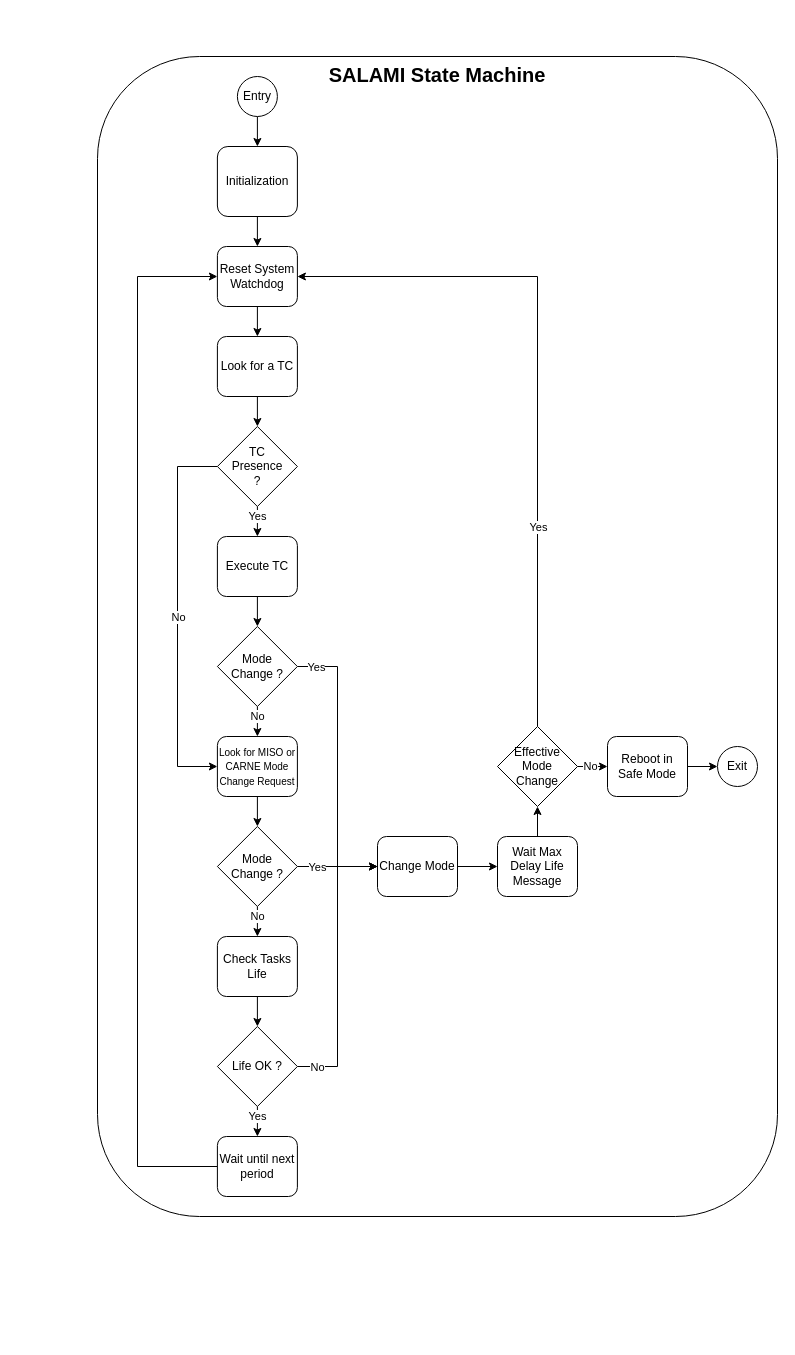
This is doc/images/SALAMI_State_Machine.drawio from TOLOSAT/flight-software, a draw.io file, before an edit. Source tidied: cells renumbered, new cells numbered last; positions are measured from the earlier drawing's top-left corner, leaving out a move shared by most shapes. Both pictures are drawn from the tidied source at 100%, with x=0, y=0 at pixel (97, 56).
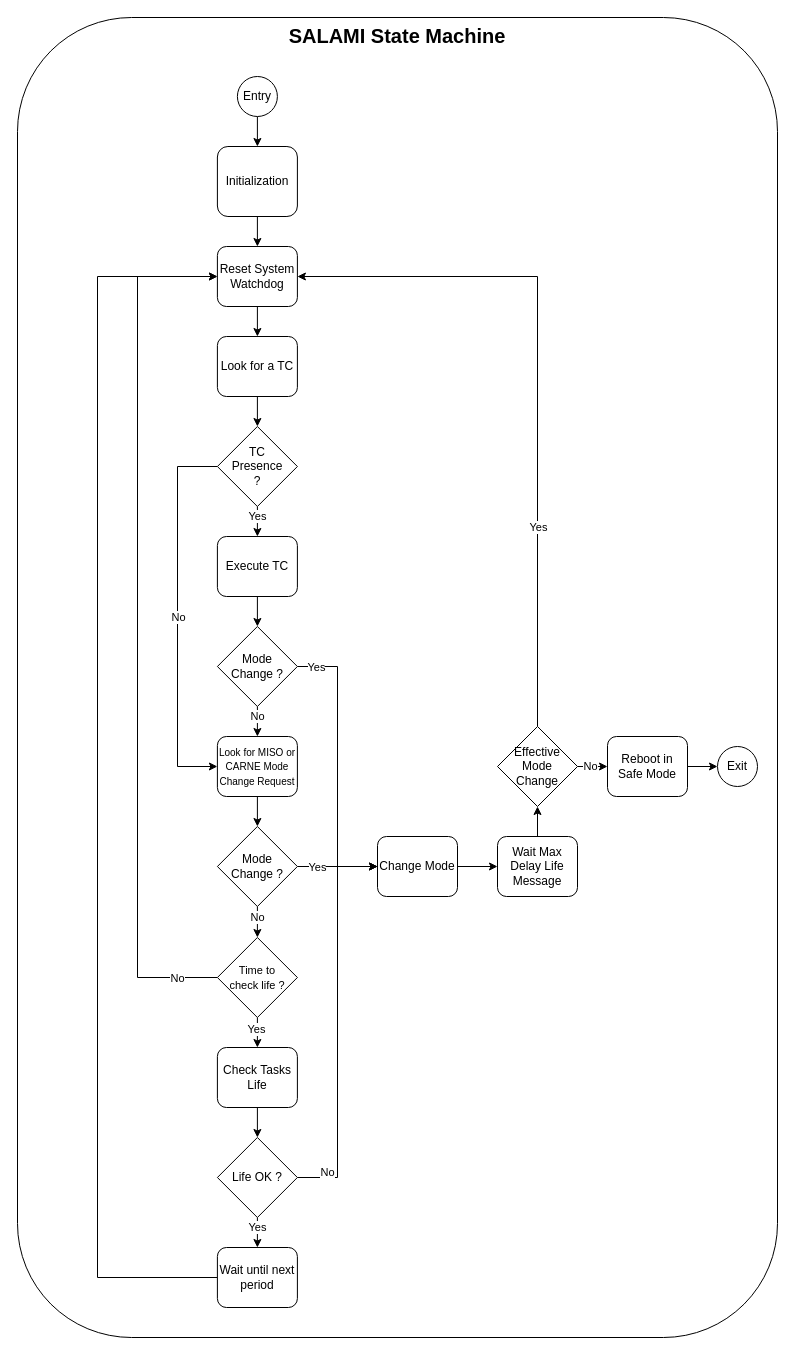
The same diagram, later.

Commit message (it also covers changes not shown here):
Add MISO specifications & adding few specs to SALAMI

The change refers to these unchanged cells:
```xml
<mxCell id="20" value="Reset System Watchdog" style="rounded=1;whiteSpace=wrap;html=1;" parent="1" vertex="1">
  <mxGeometry x="119.9" y="190" width="80" height="60" as="geometry" />
</mxCell>
<mxCell id="36" value="Mode &lt;br&gt;Change ?" style="rhombus;whiteSpace=wrap;html=1;" parent="1" vertex="1">
  <mxGeometry x="119.9" y="770" width="80" height="80" as="geometry" />
</mxCell>
```

The edit, as a diff of the source:
```diff
@@
     <mxCell id="2" value="&lt;font style=&quot;font-size: 20px;&quot;&gt;&lt;b&gt;SALAMI State Machine&lt;/b&gt;&lt;/font&gt;" style="rounded=1;whiteSpace=wrap;html=1;verticalAlign=top;" parent="1" vertex="1">
-      <mxGeometry width="680" height="1160" as="geometry" />
+      <mxGeometry x="-80" y="-39" width="760" height="1320" as="geometry" />
     </mxCell>
@@
-    <mxCell id="33" value="No" style="edgeStyle=orthogonalEdgeStyle;rounded=0;jettySize=auto;html=1;exitX=0.5;exitY=1;exitDx=0;exitDy=0;entryX=0.5;entryY=0;entryDx=0;entryDy=0;" parent="1" edge="1" source="36" target="38">
-      <mxGeometry x="-0.33" relative="1" as="geometry" />
+    <mxCell id="33" value="No" style="edgeStyle=orthogonalEdgeStyle;rounded=0;jettySize=auto;html=1;exitX=0.5;exitY=1;exitDx=0;exitDy=0;entryX=0.5;entryY=0;entryDx=0;entryDy=0;" parent="1" edge="1" source="36" target="51">
+      <mxGeometry x="-0.29" relative="1" as="geometry" />
     </mxCell>
@@
     <mxCell id="38" value="Check Tasks Life" style="rounded=1;whiteSpace=wrap;html=1;" parent="1" vertex="1">
-      <mxGeometry x="119.9" y="880" width="80" height="60" as="geometry" />
+      <mxGeometry x="119.9" y="991" width="80" height="60" as="geometry" />
     </mxCell>
@@
     <mxCell id="42" value="Life OK ?" style="rhombus;whiteSpace=wrap;html=1;" parent="1" vertex="1">
-      <mxGeometry x="119.9" y="970" width="80" height="80" as="geometry" />
+      <mxGeometry x="119.9" y="1081" width="80" height="80" as="geometry" />
     </mxCell>
     <mxCell id="43" style="edgeStyle=orthogonalEdgeStyle;rounded=0;jettySize=auto;html=1;exitX=0;exitY=0.5;exitDx=0;exitDy=0;entryX=0;entryY=0.5;entryDx=0;entryDy=0;" parent="1" edge="1" source="44" target="20">
       <mxGeometry relative="1" as="geometry">
         <Array as="points">
-          <mxPoint x="40" y="1110" />
-          <mxPoint x="40" y="220" />
+          <mxPoint y="1221" />
+          <mxPoint y="220" />
         </Array>
       </mxGeometry>
     </mxCell>
     <mxCell id="44" value="Wait until next period" style="rounded=1;whiteSpace=wrap;html=1;" parent="1" vertex="1">
-      <mxGeometry x="119.9" y="1080" width="80" height="60" as="geometry" />
+      <mxGeometry x="119.9" y="1191" width="80" height="60" as="geometry" />
     </mxCell>
@@
+    <mxCell id="47" style="edgeStyle=orthogonalEdgeStyle;rounded=0;jettySize=auto;html=1;exitX=0.5;exitY=1;exitDx=0;exitDy=0;entryX=0.5;entryY=0;entryDx=0;entryDy=0;" parent="1" edge="1" source="51" target="38">
+      <mxGeometry relative="1" as="geometry" />
+    </mxCell>
+    <mxCell id="48" value="Yes" style="edgeLabel;html=1;align=center;verticalAlign=middle;" parent="47" vertex="1">
+      <mxGeometry x="-0.26" y="-1" relative="1" as="geometry" />
+    </mxCell>
+    <mxCell id="49" style="edgeStyle=orthogonalEdgeStyle;rounded=0;jettySize=auto;html=1;exitX=0;exitY=0.5;exitDx=0;exitDy=0;entryX=0;entryY=0.5;entryDx=0;entryDy=0;" parent="1" edge="1" source="51" target="20">
+      <mxGeometry relative="1" as="geometry">
+        <Array as="points">
+          <mxPoint x="40" y="921" />
+          <mxPoint x="40" y="220" />
+        </Array>
+      </mxGeometry>
+    </mxCell>
+    <mxCell id="50" value="No" style="edgeLabel;html=1;align=center;verticalAlign=middle;" parent="49" vertex="1">
+      <mxGeometry x="-0.95" relative="1" as="geometry">
+        <mxPoint x="-18" as="offset" />
+      </mxGeometry>
+    </mxCell>
+    <mxCell id="51" value="&lt;font style=&quot;font-size: 11px;&quot;&gt;Time to &lt;br&gt;check life ?&lt;/font&gt;" style="rhombus;whiteSpace=wrap;html=1;" parent="1" vertex="1">
+      <mxGeometry x="119.9" y="881" width="80" height="80" as="geometry" />
+    </mxCell>
```
